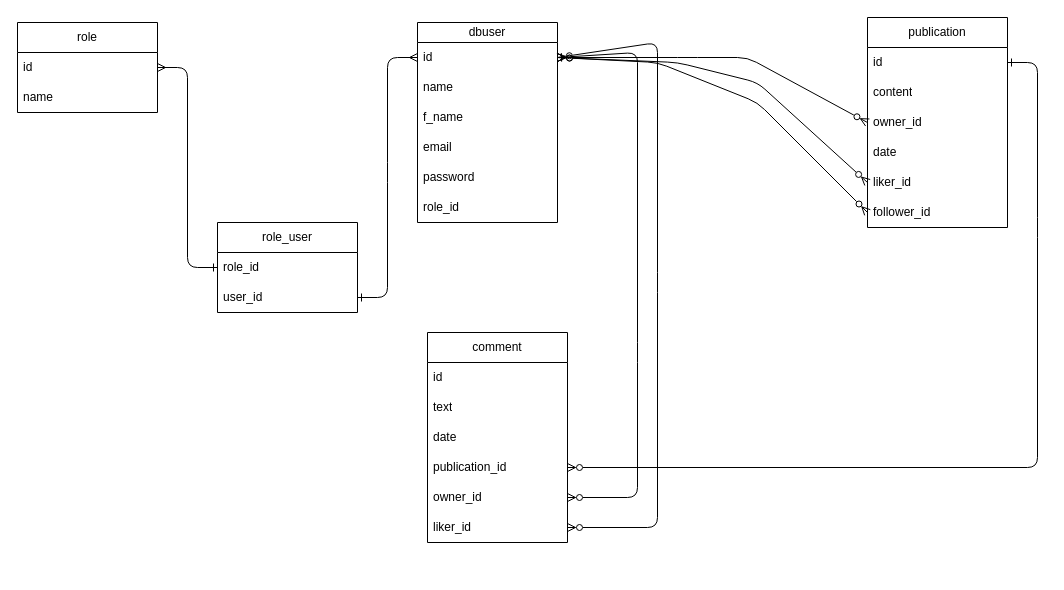
Before: MLD.drawio in morganb75/myBrief04, a draw.io diagram. Source tidied: cells renumbered, new cells numbered last; positions are measured from the earlier drawing's top-left corner, leaving out a move shared by most shapes. Both pictures are drawn from the tidied source at 100%, with x=0, y=0 at pixel (17, 17).
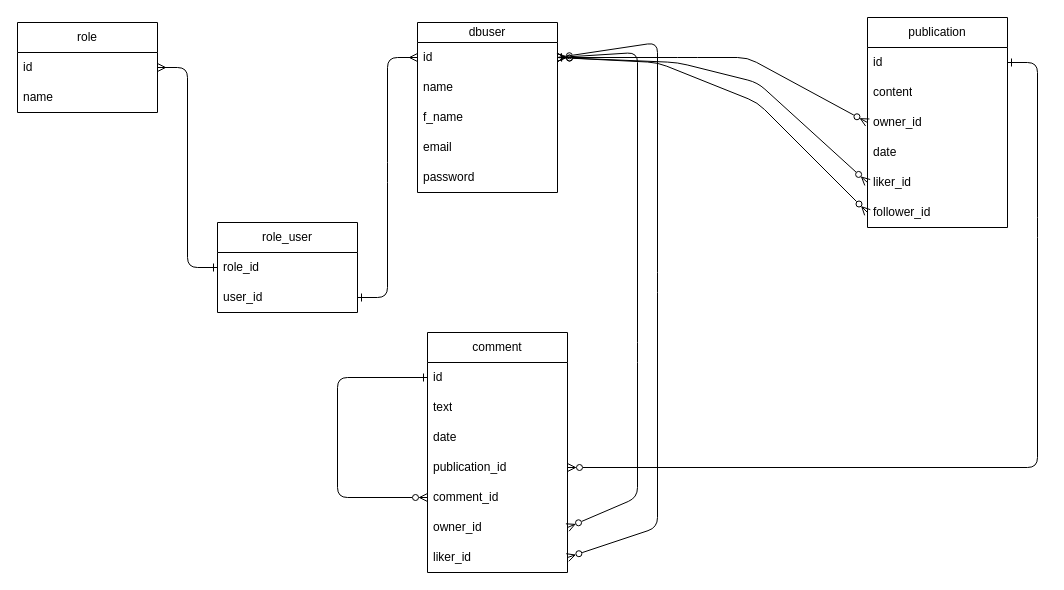
The same page after the edit.

Unchanged cells that the change refers to:
```xml
<mxCell id="19" value="id" style="text;strokeColor=none;fillColor=none;align=left;verticalAlign=middle;spacingLeft=4;spacingRight=4;overflow=hidden;points=[[0,0.5],[1,0.5]];portConstraint=eastwest;whiteSpace=wrap;html=1;" parent="18" vertex="1">
  <mxGeometry y="30" width="140" height="30" as="geometry" />
</mxCell>
```

Diff of the diagram source:
```diff
@@
     <mxCell id="10" value="dbuser" style="swimlane;fontStyle=0;horizontal=1;startSize=20;whiteSpace=wrap;html=1;" parent="1" vertex="1">
-      <mxGeometry x="400" y="5" width="140" height="200" as="geometry" />
+      <mxGeometry x="400" y="5" width="140" height="170" as="geometry" />
     </mxCell>
@@
-    <mxCell id="16" value="role_id" style="text;strokeColor=none;fillColor=none;align=left;verticalAlign=middle;spacingLeft=4;spacingRight=4;overflow=hidden;whiteSpace=wrap;html=1;" parent="10" vertex="1">
-      <mxGeometry y="170" width="140" height="30" as="geometry" />
-    </mxCell>
@@
     <mxCell id="18" value="comment" style="swimlane;fontStyle=0;horizontal=1;startSize=30;whiteSpace=wrap;html=1;" parent="1" vertex="1">
-      <mxGeometry x="410" y="315" width="140" height="210" as="geometry" />
+      <mxGeometry x="410" y="315" width="140" height="240" as="geometry" />
     </mxCell>
@@
+    <mxCell id="37" style="edgeStyle=none;html=1;exitX=0;exitY=0.5;exitDx=0;exitDy=0;entryX=0;entryY=0.5;entryDx=0;entryDy=0;startArrow=ERzeroToMany;startFill=0;endArrow=ERone;endFill=0;" parent="18" edge="1" source="38" target="19">
+      <mxGeometry relative="1" as="geometry">
+        <Array as="points">
+          <mxPoint x="-90" y="165" />
+          <mxPoint x="-90" y="45" />
+        </Array>
+      </mxGeometry>
+    </mxCell>
@@
+    <mxCell id="38" value="comment_id" style="text;strokeColor=none;fillColor=none;align=left;verticalAlign=middle;spacingLeft=4;spacingRight=4;overflow=hidden;points=[[0,0.5],[1,0.5]];portConstraint=eastwest;whiteSpace=wrap;html=1;" parent="18" vertex="1">
+      <mxGeometry y="150" width="140" height="30" as="geometry" />
+    </mxCell>
     <mxCell id="23" value="owner_id" style="text;strokeColor=none;fillColor=none;align=left;verticalAlign=middle;spacingLeft=4;spacingRight=4;overflow=hidden;points=[[0,0.5],[1,0.5]];portConstraint=eastwest;whiteSpace=wrap;html=1;" parent="18" vertex="1">
-      <mxGeometry y="150" width="140" height="30" as="geometry" />
+      <mxGeometry y="180" width="140" height="30" as="geometry" />
     </mxCell>
     <mxCell id="24" value="liker_id" style="text;strokeColor=none;fillColor=none;align=left;verticalAlign=middle;spacingLeft=4;spacingRight=4;overflow=hidden;points=[[0,0.5],[1,0.5]];portConstraint=eastwest;whiteSpace=wrap;html=1;" parent="18" vertex="1">
-      <mxGeometry y="180" width="140" height="30" as="geometry" />
+      <mxGeometry y="210" width="140" height="30" as="geometry" />
     </mxCell>
```
